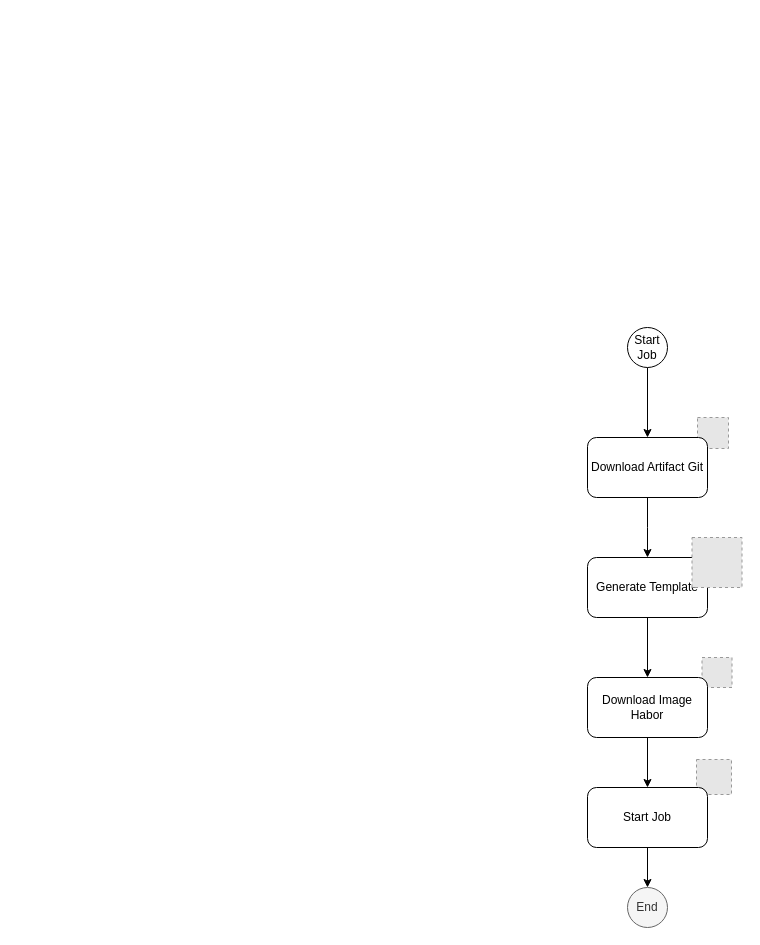
khinhvuphiduong/diagrams.net keeps this draw.io diagram as page "Config" (6 of 6) of KOL.drawio. Above is the earlier version. Source tidied: cells renumbered, new cells numbered last; positions are measured from the earlier drawing's top-left corner, leaving out a move shared by most shapes. Both pictures are drawn from the tidied source at 100%, with x=0, y=0 at pixel (587, 327). Pictures stored in the file or linked from it are replaced by grey dashed boxes.
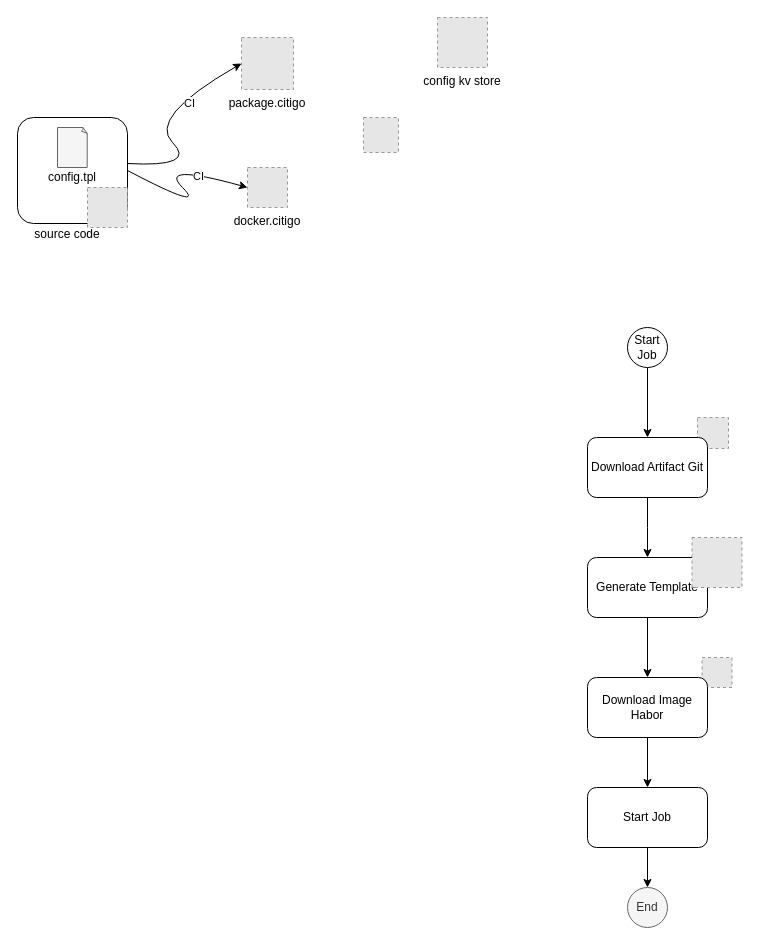
Above is the later version.

The edit, as a diff of the source:
```diff
@@
+    <mxCell id="17" style="rounded=1;whiteSpace=wrap;html=1;" parent="1" vertex="1">
+      <mxGeometry x="-570" y="-210" width="110" height="106" as="geometry" />
+    </mxCell>
@@
     <mxCell id="6" style="fillColor=#E6E6E6;strokeColor=#999999;dashed=1;verticalLabelPosition=bottom;labelBackgroundColor=default;verticalAlign=top;fontStyle=1;" parent="1" vertex="1">
-      <mxGeometry x="109" y="432" width="35" height="35" as="geometry" />
+      <mxGeometry x="-224" y="-210" width="35" height="35" as="geometry" />
     </mxCell>
@@
+    <mxCell id="18" style="fillColor=#E6E6E6;strokeColor=#999999;dashed=1;verticalLabelPosition=bottom;labelBackgroundColor=default;verticalAlign=top;" parent="1" vertex="1">
+      <mxGeometry x="-500" y="-140" width="40" height="40" as="geometry" />
+    </mxCell>
+    <mxCell id="19" style="group;" parent="1" vertex="1">
+      <mxGeometry x="-545" y="-200" width="60" height="60" as="geometry" />
+    </mxCell>
+    <mxCell id="20" style="whiteSpace=wrap;html=1;shape=mxgraph.basic.document;fillColor=#f5f5f5;fontColor=#333333;strokeColor=#666666;" parent="19" vertex="1">
+      <mxGeometry x="15" width="30" height="40" as="geometry" />
+    </mxCell>
+    <mxCell id="21" value="config.tpl" style="text;html=1;strokeColor=none;fillColor=none;align=center;verticalAlign=middle;whiteSpace=wrap;rounded=0;" parent="19" vertex="1">
+      <mxGeometry y="40" width="60" height="20" as="geometry" />
+    </mxCell>
+    <mxCell id="22" value="package.citigo" style="fillColor=#E6E6E6;strokeColor=#999999;dashed=1;verticalLabelPosition=bottom;labelBackgroundColor=default;verticalAlign=top;" parent="1" vertex="1">
+      <mxGeometry x="-346" y="-290" width="52" height="52" as="geometry" />
+    </mxCell>
+    <mxCell id="23" value="docker.citigo" style="fillColor=#E6E6E6;strokeColor=#999999;dashed=1;verticalLabelPosition=bottom;labelBackgroundColor=default;verticalAlign=top;" parent="1" vertex="1">
+      <mxGeometry x="-340" y="-160" width="40" height="40" as="geometry" />
+    </mxCell>
+    <mxCell id="24" value="source code" style="text;html=1;strokeColor=none;fillColor=none;align=center;verticalAlign=middle;whiteSpace=wrap;rounded=0;" parent="1" vertex="1">
+      <mxGeometry x="-560" y="-108" width="80" height="30" as="geometry" />
+    </mxCell>
+    <mxCell id="25" style="curved=1;endArrow=classic;html=1;rounded=0;exitX=1;exitY=0.434;exitDx=0;exitDy=0;exitPerimeter=0;entryX=0;entryY=0.5;entryDx=0;entryDy=0;" parent="1" edge="1" source="17" target="22">
+      <mxGeometry relative="1" as="geometry">
+        <Array as="points">
+          <mxPoint x="-390" y="-160" />
+          <mxPoint x="-440" y="-210" />
+        </Array>
+      </mxGeometry>
+    </mxCell>
+    <mxCell id="26" value="CI" style="edgeLabel;html=1;align=center;verticalAlign=middle;" parent="25" vertex="1">
+      <mxGeometry x="0.48" y="-8" relative="1" as="geometry" />
+    </mxCell>
+    <mxCell id="27" style="curved=1;endArrow=classic;html=1;rounded=0;exitX=1;exitY=0.5;exitDx=0;exitDy=0;entryX=0;entryY=0.5;entryDx=0;entryDy=0;" parent="1" edge="1" source="17" target="23">
+      <mxGeometry relative="1" as="geometry">
+        <Array as="points">
+          <mxPoint x="-380" y="-115" />
+          <mxPoint x="-430" y="-165" />
+        </Array>
+      </mxGeometry>
+    </mxCell>
+    <mxCell id="28" value="CI" style="edgeLabel;html=1;align=center;verticalAlign=middle;" parent="27" vertex="1">
+      <mxGeometry x="0.6" y="-2" relative="1" as="geometry" />
+    </mxCell>
+    <mxCell id="29" value="config kv store" style="fillColor=#E6E6E6;strokeColor=#999999;dashed=1;verticalLabelPosition=bottom;labelBackgroundColor=default;verticalAlign=top;fontStyle=0;" parent="1" vertex="1">
+      <mxGeometry x="-150" y="-310" width="50" height="50" as="geometry" />
+    </mxCell>
```
